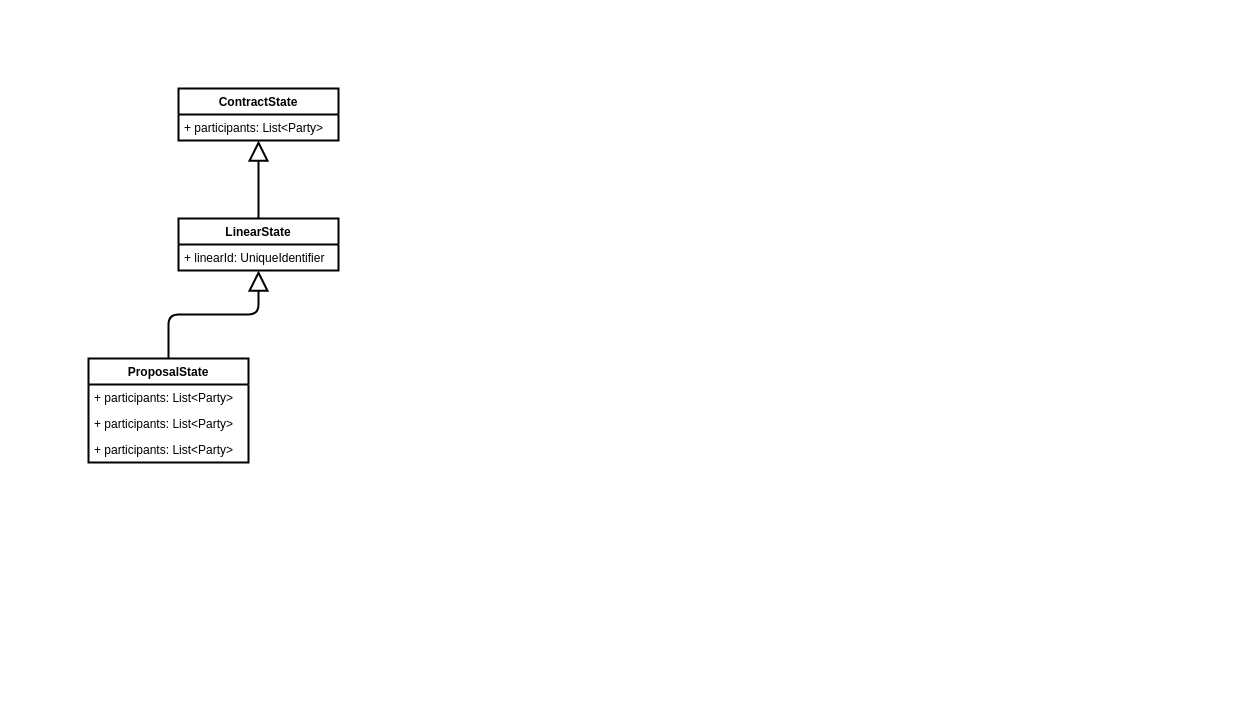
The draw.io diagram page "Proposal States" (6 of 6) of docs/consultium.drawio in ashapochka/cordapp-consultium, before the edit. Source tidied: cells renumbered, new cells numbered last; positions are measured from the earlier drawing's top-left corner, leaving out a move shared by most shapes. Both pictures are drawn from the tidied source at 100%, with x=0, y=0 at pixel (88, 88).
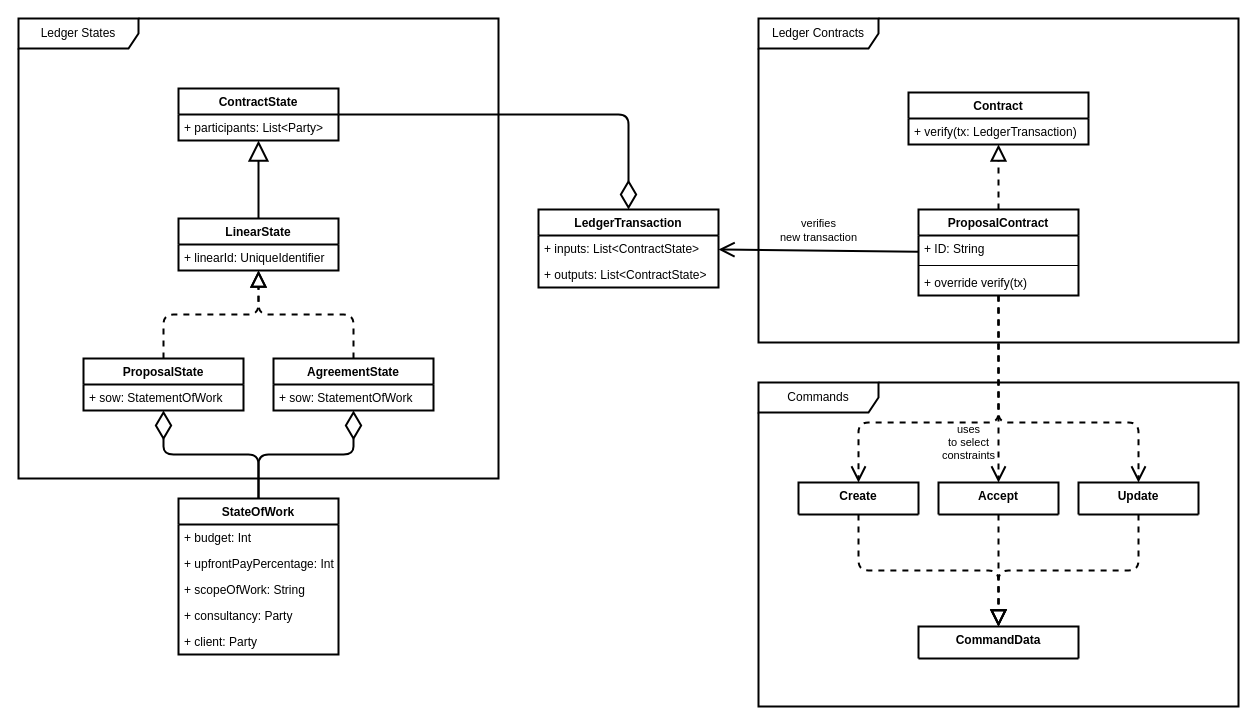
After the change.

Commit message (it also covers changes not shown here):
implemented drafts of proposal create and accept flows, a few unit tests, drew architectural diagrams

The edit, as a diff of the source:
```diff
@@
+    <mxCell id="12" value="Ledger Contracts" style="shape=umlFrame;whiteSpace=wrap;html=1;width=120;height=30;strokeWidth=2;" parent="1" vertex="1">
+      <mxGeometry x="670" y="-70" width="480" height="324" as="geometry" />
+    </mxCell>
+    <mxCell id="13" value="Ledger States" style="shape=umlFrame;whiteSpace=wrap;html=1;width=120;height=30;strokeWidth=2;" parent="1" vertex="1">
+      <mxGeometry x="-70" y="-70" width="480" height="460" as="geometry" />
+    </mxCell>
-    <mxCell id="2" value="ContractState" style="swimlane;fontStyle=1;align=center;verticalAlign=top;horizontal=1;startSize=26;labelBackgroundColor=#FFFFFF;strokeColor=#000000;strokeWidth=2;fillColor=#FFFFFF;fontColor=#000000;" parent="1" vertex="1">
+    <mxCell id="2" value="ContractState" style="swimlane;fontStyle=1;align=center;verticalAlign=top;horizontal=1;startSize=26;labelBackgroundColor=none;strokeWidth=2;" parent="1" vertex="1">
       <mxGeometry x="90" width="160" height="52" as="geometry" />
     </mxCell>
-    <mxCell id="3" value="+ participants: List&lt;Party&gt;" style="text;strokeColor=none;fillColor=none;align=left;verticalAlign=top;spacingLeft=4;spacingRight=4;overflow=hidden;" parent="2" vertex="1">
+    <mxCell id="3" value="+ participants: List&lt;Party&gt;" style="text;align=left;verticalAlign=top;spacingLeft=4;spacingRight=4;overflow=hidden;strokeWidth=2;" parent="2" vertex="1">
       <mxGeometry y="26" width="160" height="26" as="geometry" />
     </mxCell>
-    <mxCell id="4" value="LinearState" style="swimlane;fontStyle=1;align=center;verticalAlign=top;horizontal=1;startSize=26;labelBackgroundColor=#FFFFFF;strokeColor=#000000;strokeWidth=2;fillColor=#FFFFFF;fontColor=#000000;" parent="1" vertex="1">
+    <mxCell id="4" value="LinearState" style="swimlane;fontStyle=1;align=center;verticalAlign=top;horizontal=1;startSize=26;labelBackgroundColor=none;strokeWidth=2;" parent="1" vertex="1">
       <mxGeometry x="90" y="130" width="160" height="52" as="geometry" />
     </mxCell>
-    <mxCell id="5" value="+ linearId: UniqueIdentifier" style="text;strokeColor=none;fillColor=none;align=left;verticalAlign=top;spacingLeft=4;spacingRight=4;overflow=hidden;" parent="4" vertex="1">
+    <mxCell id="5" value="+ linearId: UniqueIdentifier" style="text;align=left;verticalAlign=top;spacingLeft=4;spacingRight=4;overflow=hidden;strokeWidth=2;" parent="4" vertex="1">
       <mxGeometry y="26" width="160" height="26" as="geometry" />
     </mxCell>
-    <mxCell id="6" style="endArrow=block;endSize=16;endFill=0;html=1;strokeWidth=2;fontColor=#000000;" parent="1" edge="1" source="4" target="2">
+    <mxCell id="6" style="endArrow=block;endSize=16;endFill=0;html=1;strokeWidth=2;" parent="1" edge="1" source="4" target="2">
       <mxGeometry relative="1" as="geometry" />
     </mxCell>
-    <mxCell id="7" value="ProposalState" style="swimlane;fontStyle=1;align=center;verticalAlign=top;horizontal=1;startSize=26;labelBackgroundColor=#FFFFFF;strokeColor=#000000;strokeWidth=2;fillColor=#FFFFFF;fontColor=#000000;" parent="1" vertex="1">
-      <mxGeometry y="270" width="160" height="104" as="geometry" />
+    <mxCell id="7" value="ProposalState" style="swimlane;fontStyle=1;align=center;verticalAlign=top;horizontal=1;startSize=26;labelBackgroundColor=none;strokeWidth=2;" parent="1" vertex="1">
+      <mxGeometry x="-5" y="270" width="160" height="52" as="geometry" />
     </mxCell>
-    <mxCell id="8" value="+ participants: List&lt;Party&gt;" style="text;strokeColor=none;fillColor=none;align=left;verticalAlign=top;spacingLeft=4;spacingRight=4;overflow=hidden;" parent="7" vertex="1">
+    <mxCell id="8" value="+ sow: StatementOfWork" style="text;align=left;verticalAlign=top;spacingLeft=4;spacingRight=4;overflow=hidden;strokeWidth=2;" parent="7" vertex="1">
       <mxGeometry y="26" width="160" height="26" as="geometry" />
     </mxCell>
-    <mxCell id="9" value="+ participants: List&lt;Party&gt;" style="text;strokeColor=none;fillColor=none;align=left;verticalAlign=top;spacingLeft=4;spacingRight=4;overflow=hidden;" parent="7" vertex="1">
-      <mxGeometry y="52" width="160" height="26" as="geometry" />
-    </mxCell>
-    <mxCell id="10" value="+ participants: List&lt;Party&gt;" style="text;strokeColor=none;fillColor=none;align=left;verticalAlign=top;spacingLeft=4;spacingRight=4;overflow=hidden;" parent="7" vertex="1">
-      <mxGeometry y="78" width="160" height="26" as="geometry" />
-    </mxCell>
+    <mxCell id="14" value="AgreementState" style="swimlane;fontStyle=1;align=center;verticalAlign=top;horizontal=1;startSize=26;labelBackgroundColor=none;strokeWidth=2;" parent="1" vertex="1">
+      <mxGeometry x="185" y="270" width="160" height="52" as="geometry" />
+    </mxCell>
+    <mxCell id="15" value="+ sow: StatementOfWork" style="text;align=left;verticalAlign=top;spacingLeft=4;spacingRight=4;overflow=hidden;strokeWidth=2;" parent="14" vertex="1">
+      <mxGeometry y="26" width="160" height="26" as="geometry" />
+    </mxCell>
+    <mxCell id="16" value="StateOfWork" style="swimlane;fontStyle=1;align=center;verticalAlign=top;horizontal=1;startSize=26;labelBackgroundColor=none;strokeWidth=2;" parent="1" vertex="1">
+      <mxGeometry x="90" y="410" width="160" height="156" as="geometry" />
+    </mxCell>
+    <mxCell id="17" value="+ budget: Int" style="text;align=left;verticalAlign=top;spacingLeft=4;spacingRight=4;overflow=hidden;strokeWidth=2;" parent="16" vertex="1">
+      <mxGeometry y="26" width="160" height="26" as="geometry" />
+    </mxCell>
+    <mxCell id="18" value="+ upfrontPayPercentage: Int" style="text;align=left;verticalAlign=top;spacingLeft=4;spacingRight=4;overflow=hidden;strokeWidth=2;" parent="16" vertex="1">
+      <mxGeometry y="52" width="160" height="26" as="geometry" />
+    </mxCell>
+    <mxCell id="19" value="+ scopeOfWork: String" style="text;align=left;verticalAlign=top;spacingLeft=4;spacingRight=4;overflow=hidden;strokeWidth=2;" parent="16" vertex="1">
+      <mxGeometry y="78" width="160" height="26" as="geometry" />
+    </mxCell>
+    <mxCell id="20" value="+ consultancy: Party" style="text;align=left;verticalAlign=top;spacingLeft=4;spacingRight=4;overflow=hidden;strokeWidth=2;" parent="16" vertex="1">
+      <mxGeometry y="104" width="160" height="26" as="geometry" />
+    </mxCell>
+    <mxCell id="21" value="+ client: Party" style="text;align=left;verticalAlign=top;spacingLeft=4;spacingRight=4;overflow=hidden;strokeWidth=2;" parent="16" vertex="1">
+      <mxGeometry y="130" width="160" height="26" as="geometry" />
+    </mxCell>
+    <mxCell id="22" style="endArrow=diamondThin;endFill=0;endSize=24;html=1;edgeStyle=orthogonalEdgeStyle;strokeWidth=2;" parent="1" edge="1" source="16" target="7">
+      <mxGeometry relative="1" as="geometry" />
+    </mxCell>
+    <mxCell id="23" style="endArrow=diamondThin;endFill=0;endSize=24;html=1;edgeStyle=orthogonalEdgeStyle;strokeWidth=2;" parent="1" edge="1" source="16" target="14">
+      <mxGeometry relative="1" as="geometry" />
+    </mxCell>
+    <mxCell id="24" value="Contract" style="swimlane;fontStyle=1;align=center;verticalAlign=top;horizontal=1;startSize=26;strokeWidth=2;" parent="1" vertex="1">
+      <mxGeometry x="820" y="4" width="180" height="52" as="geometry" />
+    </mxCell>
+    <mxCell id="25" value="+ verify(tx: LedgerTransaction)" style="text;align=left;verticalAlign=top;spacingLeft=4;spacingRight=4;overflow=hidden;strokeWidth=2;" parent="24" vertex="1">
+      <mxGeometry y="26" width="180" height="26" as="geometry" />
+    </mxCell>
-    <mxCell id="11" style="endArrow=block;endSize=16;endFill=0;html=1;strokeWidth=2;fontColor=#000000;edgeStyle=orthogonalEdgeStyle;" parent="1" edge="1" source="7" target="4">
+    <mxCell id="11" style="endArrow=block;dashed=1;endFill=0;endSize=12;html=1;edgeStyle=orthogonalEdgeStyle;strokeWidth=2;" parent="1" edge="1" source="7" target="4">
       <mxGeometry relative="1" as="geometry" />
     </mxCell>
+    <mxCell id="26" style="endArrow=block;dashed=1;endFill=0;endSize=12;html=1;edgeStyle=orthogonalEdgeStyle;strokeWidth=2;" parent="1" edge="1" source="14" target="4">
+      <mxGeometry relative="1" as="geometry" />
+    </mxCell>
+    <mxCell id="27" value="ProposalContract" style="swimlane;fontStyle=1;align=center;verticalAlign=top;horizontal=1;startSize=26;labelBackgroundColor=none;strokeWidth=2;" parent="1" vertex="1">
+      <mxGeometry x="830" y="121" width="160" height="86" as="geometry" />
+    </mxCell>
+    <mxCell id="28" value="+ ID: String" style="text;strokeColor=none;fillColor=none;align=left;verticalAlign=top;spacingLeft=4;spacingRight=4;overflow=hidden;" parent="27" vertex="1">
+      <mxGeometry y="26" width="160" height="26" as="geometry" />
+    </mxCell>
+    <mxCell id="29" style="line;strokeWidth=1;fillColor=none;align=left;verticalAlign=middle;spacingTop=-1;spacingLeft=3;spacingRight=3;labelPosition=right;" parent="27" vertex="1">
+      <mxGeometry y="52" width="160" height="8" as="geometry" />
+    </mxCell>
+    <mxCell id="30" value="+ override verify(tx)" style="text;strokeColor=none;fillColor=none;align=left;verticalAlign=top;spacingLeft=4;spacingRight=4;overflow=hidden;" parent="27" vertex="1">
+      <mxGeometry y="60" width="160" height="26" as="geometry" />
+    </mxCell>
+    <mxCell id="31" style="endArrow=block;dashed=1;endFill=0;endSize=12;html=1;edgeStyle=orthogonalEdgeStyle;strokeWidth=2;" parent="1" edge="1" source="27" target="24">
+      <mxGeometry relative="1" as="geometry" />
+    </mxCell>
+    <mxCell id="32" value="Commands" style="shape=umlFrame;whiteSpace=wrap;html=1;width=120;height=30;strokeWidth=2;" parent="1" vertex="1">
+      <mxGeometry x="670" y="294" width="480" height="324" as="geometry" />
+    </mxCell>
+    <mxCell id="33" value="CommandData" style="swimlane;fontStyle=1;align=center;verticalAlign=top;horizontal=1;startSize=32;labelBackgroundColor=none;strokeWidth=2;" parent="1" vertex="1">
+      <mxGeometry x="830" y="538" width="160" height="32" as="geometry" />
+    </mxCell>
+    <mxCell id="34" value="Create" style="swimlane;fontStyle=1;align=center;verticalAlign=top;horizontal=1;startSize=32;labelBackgroundColor=none;strokeWidth=2;" parent="1" vertex="1">
+      <mxGeometry x="710" y="394" width="120" height="32" as="geometry" />
+    </mxCell>
+    <mxCell id="35" value="Accept" style="swimlane;fontStyle=1;align=center;verticalAlign=top;horizontal=1;startSize=32;labelBackgroundColor=none;strokeWidth=2;" parent="1" vertex="1">
+      <mxGeometry x="850" y="394" width="120" height="32" as="geometry" />
+    </mxCell>
+    <mxCell id="36" value="Update" style="swimlane;fontStyle=1;align=center;verticalAlign=top;horizontal=1;startSize=32;labelBackgroundColor=none;strokeWidth=2;" parent="1" vertex="1">
+      <mxGeometry x="990" y="394" width="120" height="32" as="geometry" />
+    </mxCell>
+    <mxCell id="37" style="endArrow=block;dashed=1;endFill=0;endSize=12;html=1;edgeStyle=orthogonalEdgeStyle;strokeWidth=2;" parent="1" edge="1" source="34" target="33">
+      <mxGeometry relative="1" as="geometry" />
+    </mxCell>
+    <mxCell id="38" style="endArrow=block;dashed=1;endFill=0;endSize=12;html=1;edgeStyle=orthogonalEdgeStyle;strokeWidth=2;" parent="1" edge="1" source="35" target="33">
+      <mxGeometry relative="1" as="geometry" />
+    </mxCell>
+    <mxCell id="39" style="endArrow=block;dashed=1;endFill=0;endSize=12;html=1;edgeStyle=orthogonalEdgeStyle;strokeWidth=2;" parent="1" edge="1" source="36" target="33">
+      <mxGeometry relative="1" as="geometry" />
+    </mxCell>
+    <mxCell id="40" value="uses&lt;br&gt;to select&lt;br&gt;constraints" style="endArrow=open;endSize=12;dashed=1;html=1;strokeWidth=2;edgeStyle=orthogonalEdgeStyle;labelBackgroundColor=none;" parent="1" edge="1" source="27" target="35">
+      <mxGeometry x="0.57" y="-30" relative="1" as="geometry" />
+    </mxCell>
+    <mxCell id="41" style="endArrow=open;endSize=12;dashed=1;html=1;strokeWidth=2;edgeStyle=orthogonalEdgeStyle;" parent="1" edge="1" source="27" target="36">
+      <mxGeometry x="0.25" relative="1" as="geometry">
+        <Array as="points">
+          <mxPoint x="910" y="334" />
+          <mxPoint x="1050" y="334" />
+        </Array>
+      </mxGeometry>
+    </mxCell>
+    <mxCell id="42" style="endArrow=open;endSize=12;dashed=1;html=1;strokeWidth=2;edgeStyle=orthogonalEdgeStyle;" parent="1" edge="1" source="27" target="34">
+      <mxGeometry x="0.25" relative="1" as="geometry">
+        <Array as="points">
+          <mxPoint x="910" y="334" />
+          <mxPoint x="770" y="334" />
+        </Array>
+      </mxGeometry>
+    </mxCell>
+    <mxCell id="43" value="LedgerTransaction" style="swimlane;fontStyle=1;align=center;verticalAlign=top;horizontal=1;startSize=26;labelBackgroundColor=none;strokeWidth=2;" parent="1" vertex="1">
+      <mxGeometry x="450" y="121" width="180" height="78" as="geometry" />
+    </mxCell>
+    <mxCell id="44" value="+ inputs: List&lt;ContractState&gt;" style="text;strokeColor=none;fillColor=none;align=left;verticalAlign=top;spacingLeft=4;spacingRight=4;overflow=hidden;" parent="43" vertex="1">
+      <mxGeometry y="26" width="180" height="26" as="geometry" />
+    </mxCell>
+    <mxCell id="45" value="+ outputs: List&lt;ContractState&gt;" style="text;strokeColor=none;fillColor=none;align=left;verticalAlign=top;spacingLeft=4;spacingRight=4;overflow=hidden;" parent="43" vertex="1">
+      <mxGeometry y="52" width="180" height="26" as="geometry" />
+    </mxCell>
+    <mxCell id="46" value="verifies&lt;br&gt;new transaction" style="endArrow=open;endFill=1;endSize=12;html=1;strokeWidth=2;labelBackgroundColor=none;" parent="1" edge="1" source="27" target="43">
+      <mxGeometry y="-20" relative="1" as="geometry" />
+    </mxCell>
+    <mxCell id="47" style="endArrow=diamondThin;endFill=0;endSize=24;html=1;edgeStyle=orthogonalEdgeStyle;strokeWidth=2;jumpStyle=none;" parent="1" edge="1" source="2" target="43">
+      <mxGeometry relative="1" as="geometry" />
+    </mxCell>
```
